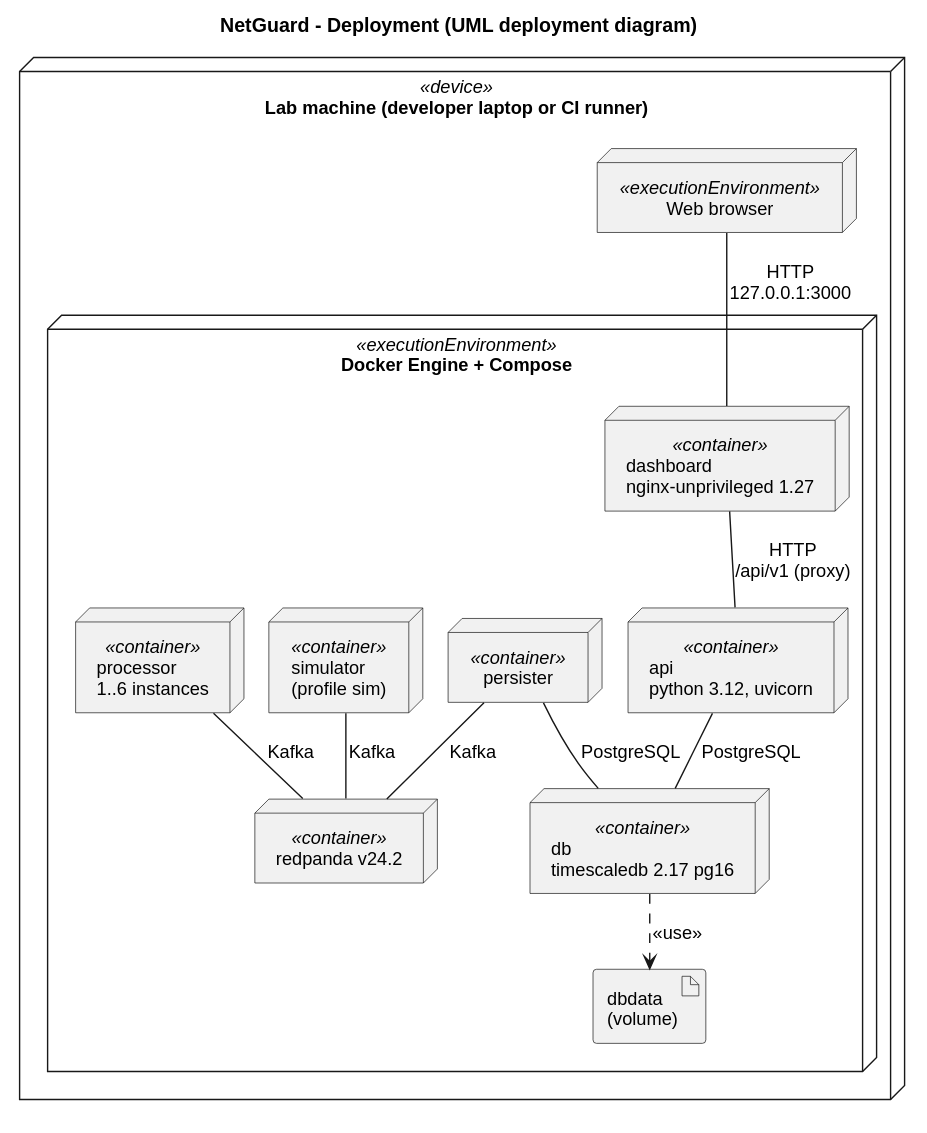
Earlier version of the PlantUML export Docs/ArchitectureDocument/deployment/diagrams/deployment.svg (k1borg32/Netguard). The source it was exported from:
```plantuml
@startuml
title NetGuard - Deployment (UML deployment diagram)

!pragma layout smetana
skinparam shadowing false
skinparam defaultFontName Arial
skinparam defaultFontSize 13
skinparam backgroundColor white


node "Lab machine (developer laptop or CI runner)" <<device>> {
  node "Web browser" <<executionEnvironment>> as Browser
  node "Docker Engine + Compose" <<executionEnvironment>> {
    node "dashboard\nnginx-unprivileged 1.27" <<container>> as Dashboard
    node "api\npython 3.12, uvicorn" <<container>> as Api
    node "simulator\n(profile sim)" <<container>> as Simulator
    node "processor\n1..6 instances" <<container>> as Processor
    node "persister" <<container>> as Persister
    node "redpanda v24.2" <<container>> as Broker
    node "db\ntimescaledb 2.17 pg16" <<container>> as Db
    artifact "dbdata\n(volume)" as Volume
  }
}

Browser -- Dashboard : HTTP\n127.0.0.1:3000
Dashboard -- Api : HTTP\n/api/v1 (proxy)
Api -- Db : PostgreSQL
Simulator -- Broker : Kafka
Processor -- Broker : Kafka
Persister -- Broker : Kafka
Persister -- Db : PostgreSQL
Db ..> Volume : <<use>>
@enduml
```
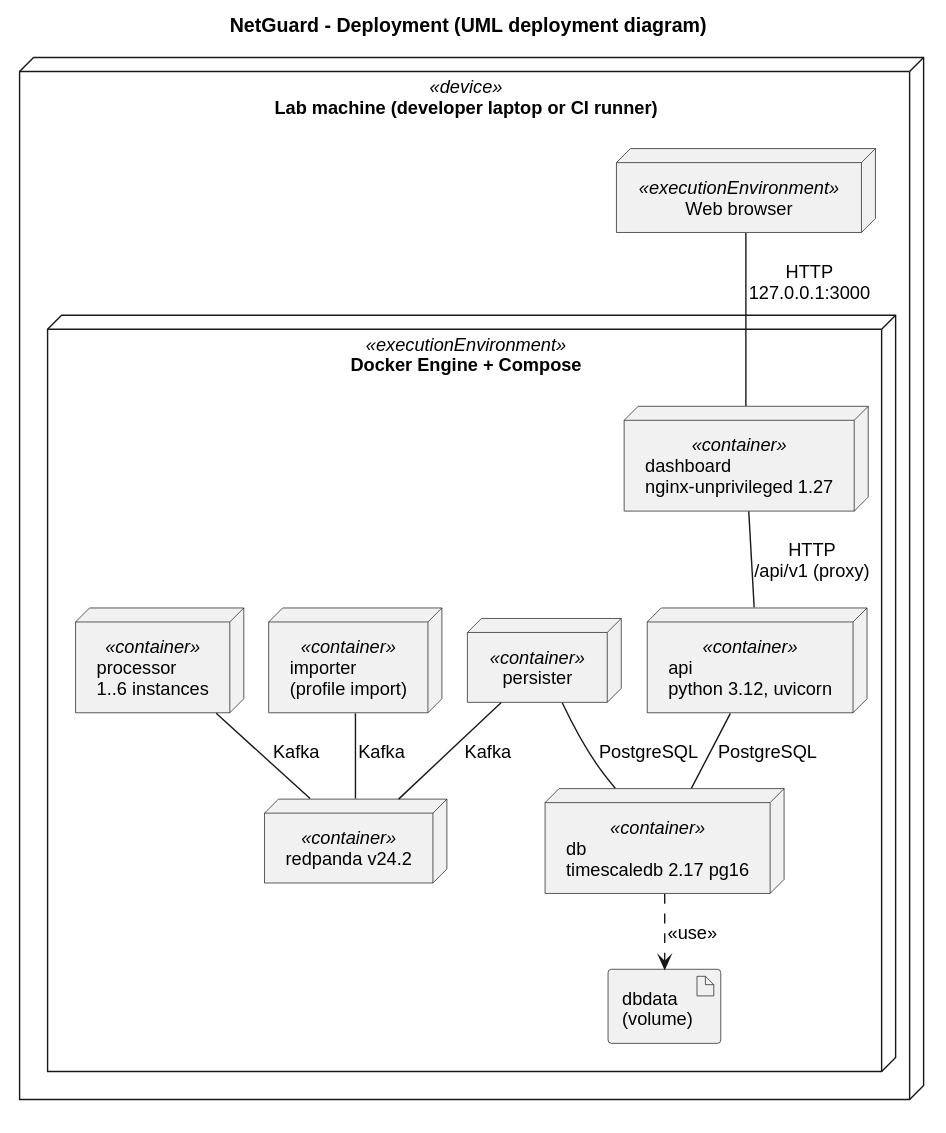
The same diagram one commit later.

The edit, as a diff of the source:
```diff
@@ -13,7 +13,7 @@
   node "Docker Engine + Compose" <<executionEnvironment>> {
     node "dashboard\nnginx-unprivileged 1.27" <<container>> as Dashboard
     node "api\npython 3.12, uvicorn" <<container>> as Api
-    node "simulator\n(profile sim)" <<container>> as Simulator
+    node "importer\n(profile import)" <<container>> as Importer
     node "processor\n1..6 instances" <<container>> as Processor
     node "persister" <<container>> as Persister
     node "redpanda v24.2" <<container>> as Broker
@@ -25,7 +25,7 @@
 Browser -- Dashboard : HTTP\n127.0.0.1:3000
 Dashboard -- Api : HTTP\n/api/v1 (proxy)
 Api -- Db : PostgreSQL
-Simulator -- Broker : Kafka
+Importer -- Broker : Kafka
 Processor -- Broker : Kafka
 Persister -- Broker : Kafka
 Persister -- Db : PostgreSQL
```
